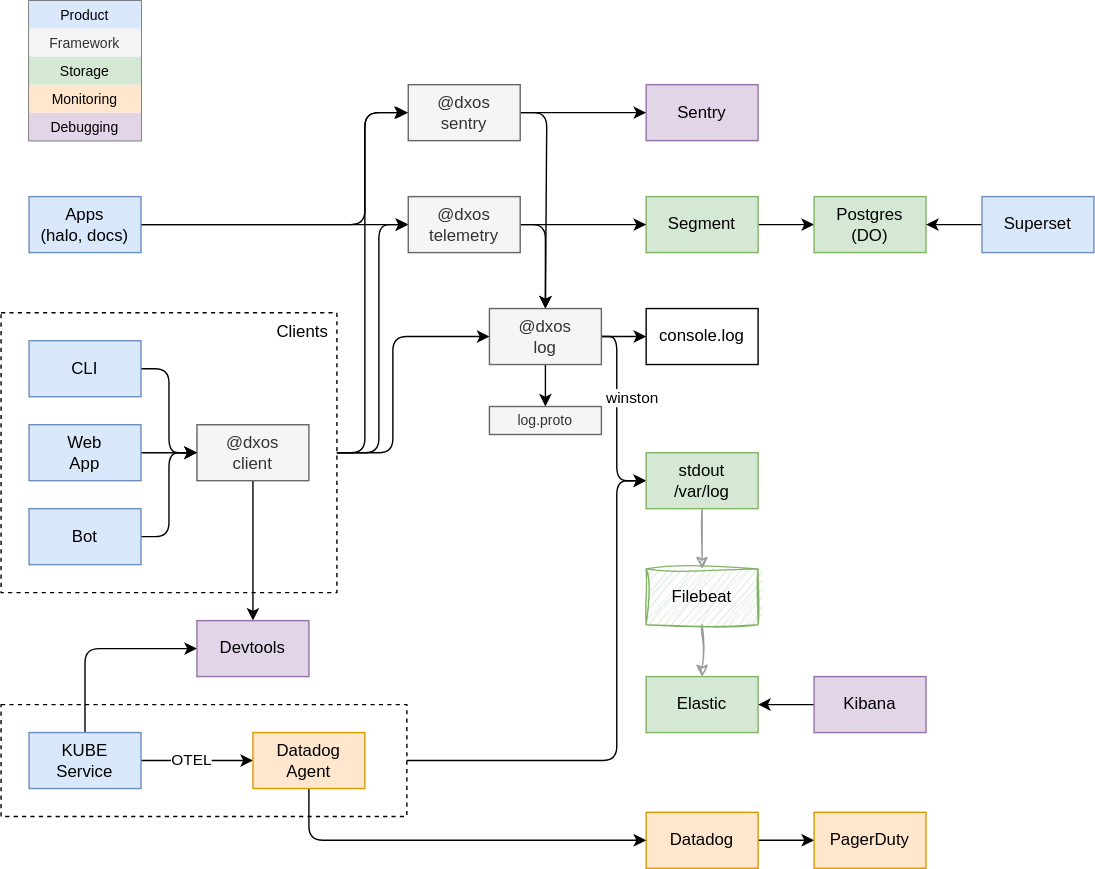
The draw.io diagram docs/docs/ops/operations-diagram.drawio.svg in dxos/dxos, before a commit. Source tidied: cells renumbered, new cells last; positions are measured from the earlier drawing's top-left corner, leaving out a move shared by most shapes.
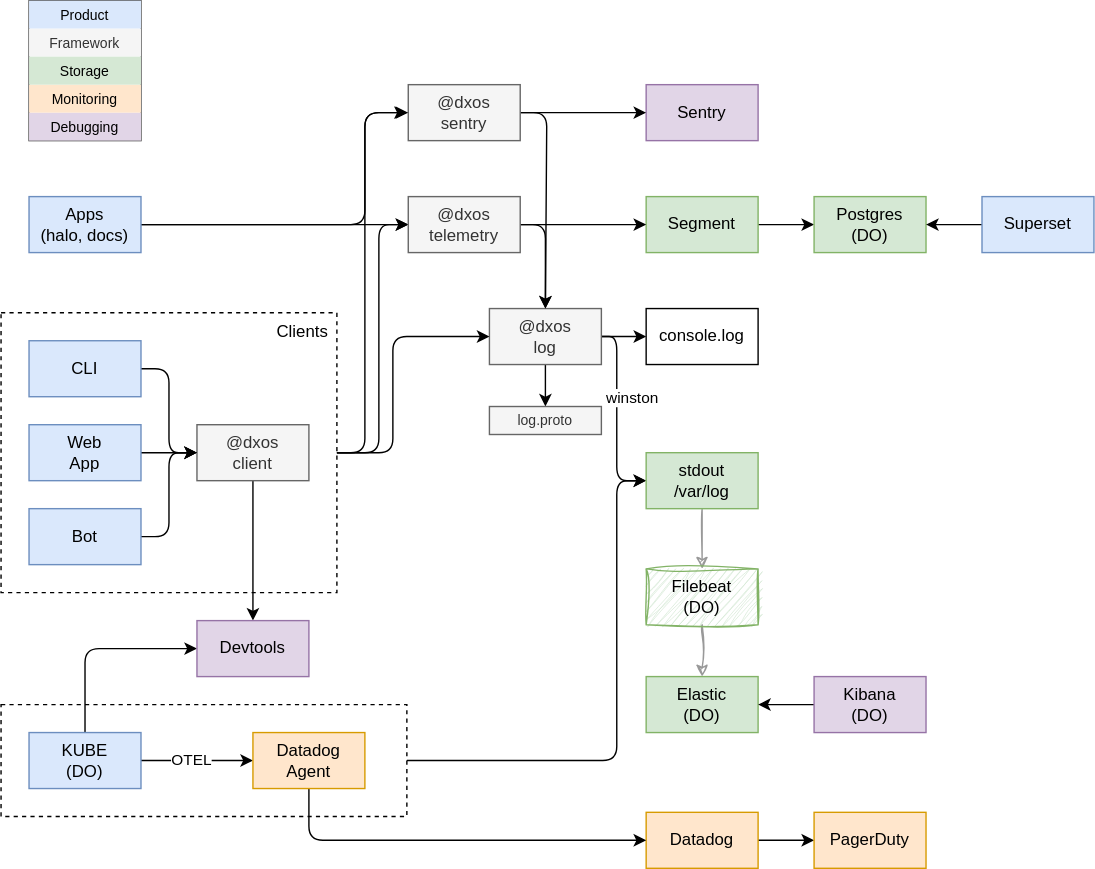
Later version of the same file.

Diff of the diagram source:
```diff
@@ -20,13 +20,13 @@
     <mxCell id="7" value="Segment" style="rounded=0;whiteSpace=wrap;html=1;fillColor=#d5e8d4;strokeColor=#82b366;" parent="1" vertex="1">
       <mxGeometry x="461" y="140" width="80" height="40" as="geometry" />
     </mxCell>
-    <mxCell id="8" value="Elastic" style="rounded=0;whiteSpace=wrap;html=1;fillColor=#d5e8d4;strokeColor=#82b366;" parent="1" vertex="1">
+    <mxCell id="8" value="Elastic&lt;br&gt;(DO)" style="rounded=0;whiteSpace=wrap;html=1;fillColor=#d5e8d4;strokeColor=#82b366;" parent="1" vertex="1">
       <mxGeometry x="461" y="483" width="80" height="40" as="geometry" />
     </mxCell>
     <mxCell id="9" style="edgeStyle=none;html=1;exitX=0;exitY=0.5;exitDx=0;exitDy=0;" parent="1" edge="1" source="10" target="8">
       <mxGeometry relative="1" as="geometry" />
     </mxCell>
-    <mxCell id="10" value="Kibana" style="rounded=0;whiteSpace=wrap;html=1;fillColor=#e1d5e7;strokeColor=#9673a6;" parent="1" vertex="1">
+    <mxCell id="10" value="Kibana&lt;br&gt;(DO)" style="rounded=0;whiteSpace=wrap;html=1;fillColor=#e1d5e7;strokeColor=#9673a6;" parent="1" vertex="1">
       <mxGeometry x="581" y="483" width="80" height="40" as="geometry" />
     </mxCell>
     <mxCell id="11" style="edgeStyle=none;html=1;exitX=1;exitY=0.5;exitDx=0;exitDy=0;" parent="1" edge="1" source="15" target="35">
@@ -95,7 +95,7 @@
     <mxCell id="24" value="OTEL" style="edgeLabel;html=1;align=center;verticalAlign=middle;" parent="23" vertex="1">
       <mxGeometry x="-0.13" y="1" relative="1" as="geometry" />
     </mxCell>
-    <mxCell id="25" value="KUBE&lt;br&gt;Service" style="rounded=0;whiteSpace=wrap;html=1;fillColor=#dae8fc;strokeColor=#6c8ebf;" parent="1" vertex="1">
+    <mxCell id="25" value="KUBE&lt;br&gt;(DO)" style="rounded=0;whiteSpace=wrap;html=1;fillColor=#dae8fc;strokeColor=#6c8ebf;" parent="1" vertex="1">
       <mxGeometry x="20" y="523" width="80" height="40" as="geometry" />
     </mxCell>
     <mxCell id="26" style="edgeStyle=none;html=1;exitX=1;exitY=0.5;exitDx=0;exitDy=0;entryX=0;entryY=0.5;entryDx=0;entryDy=0;" parent="1" edge="1" source="3" target="15">
@@ -223,7 +223,7 @@
     <mxCell id="56" style="edgeStyle=none;html=1;sketch=1;curveFitting=1;jiggle=2;strokeColor=#999999;" parent="1" edge="1" source="57" target="8">
       <mxGeometry relative="1" as="geometry" />
     </mxCell>
-    <mxCell id="57" value="Filebeat" style="rounded=0;whiteSpace=wrap;html=1;fillColor=#d5e8d4;strokeColor=#82b366;sketch=1;curveFitting=1;jiggle=2;" parent="1" vertex="1">
+    <mxCell id="57" value="Filebeat&lt;br&gt;(DO)" style="rounded=0;whiteSpace=wrap;html=1;fillColor=#d5e8d4;strokeColor=#82b366;sketch=1;curveFitting=1;jiggle=2;" parent="1" vertex="1">
       <mxGeometry x="461" y="406" width="80" height="40" as="geometry" />
     </mxCell>
     <mxCell id="58" style="edgeStyle=none;sketch=0;html=1;exitX=0.5;exitY=1;exitDx=0;exitDy=0;strokeColor=#000000;entryX=0;entryY=0.5;entryDx=0;entryDy=0;" parent="1" edge="1" source="59" target="42">
```
